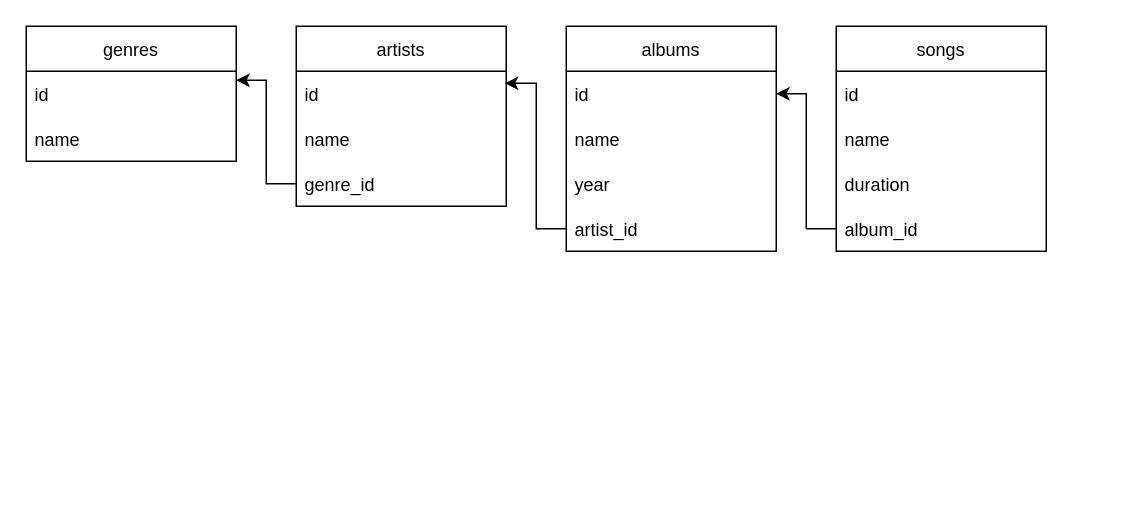
Before: Диаграмма без названия.drawio in walltrone/self-edu, a draw.io diagram. Source tidied: cells renumbered, new cells numbered last; positions are measured from the earlier drawing's top-left corner, leaving out a move shared by most shapes. Both pictures are drawn from the tidied source at 150%, with x=0, y=0 at pixel (26, 26).
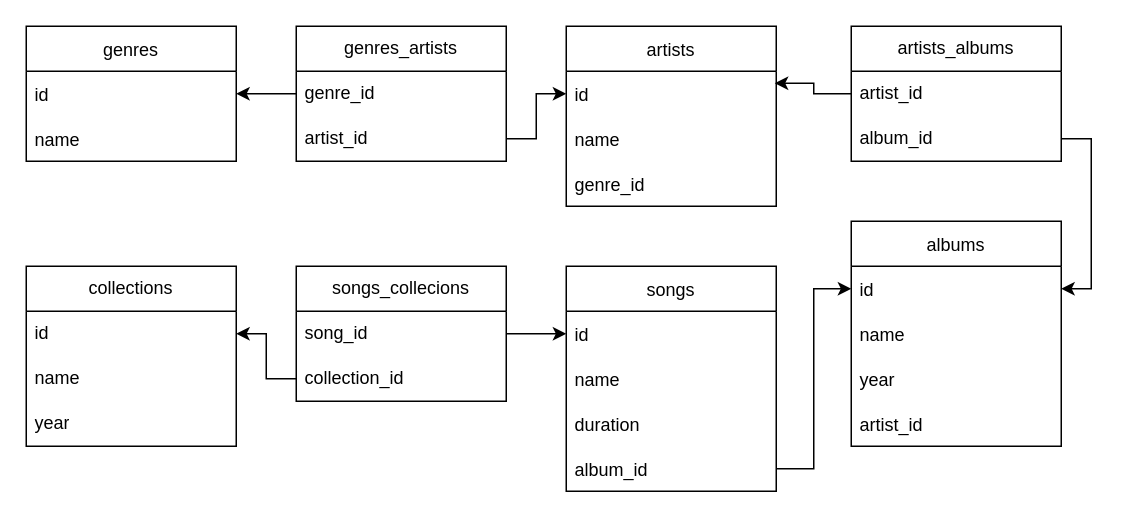
The same diagram, later.

The change refers to these unchanged cells:
```xml
<mxCell id="3" value="id" style="text;strokeColor=none;fillColor=none;align=left;verticalAlign=middle;spacingLeft=4;spacingRight=4;overflow=hidden;points=[[0,0.5],[1,0.5]];portConstraint=eastwest;" parent="2" vertex="1">
  <mxGeometry y="30" width="140" height="30" as="geometry" />
</mxCell>
<mxCell id="6" value="id" style="text;strokeColor=none;fillColor=none;align=left;verticalAlign=middle;spacingLeft=4;spacingRight=4;overflow=hidden;points=[[0,0.5],[1,0.5]];portConstraint=eastwest;" parent="5" vertex="1">
  <mxGeometry y="30" width="140" height="30" as="geometry" />
</mxCell>
<mxCell id="8" value="genre_id" style="text;strokeColor=none;fillColor=none;align=left;verticalAlign=middle;spacingLeft=4;spacingRight=4;overflow=hidden;points=[[0,0.5],[1,0.5]];portConstraint=eastwest;" parent="5" vertex="1">
  <mxGeometry y="90" width="140" height="30" as="geometry" />
</mxCell>
<mxCell id="10" value="id" style="text;strokeColor=none;fillColor=none;align=left;verticalAlign=middle;spacingLeft=4;spacingRight=4;overflow=hidden;points=[[0,0.5],[1,0.5]];portConstraint=eastwest;" parent="9" vertex="1">
  <mxGeometry y="30" width="140" height="30" as="geometry" />
</mxCell>
<mxCell id="13" value="artist_id" style="text;strokeColor=none;fillColor=none;align=left;verticalAlign=middle;spacingLeft=4;spacingRight=4;overflow=hidden;points=[[0,0.5],[1,0.5]];portConstraint=eastwest;" parent="9" vertex="1">
  <mxGeometry y="120" width="140" height="30" as="geometry" />
</mxCell>
<mxCell id="15" value="id" style="text;strokeColor=none;fillColor=none;align=left;verticalAlign=middle;spacingLeft=4;spacingRight=4;overflow=hidden;points=[[0,0.5],[1,0.5]];portConstraint=eastwest;" parent="14" vertex="1">
  <mxGeometry y="30" width="140" height="30" as="geometry" />
</mxCell>
<mxCell id="18" value="album_id" style="text;strokeColor=none;fillColor=none;align=left;verticalAlign=middle;spacingLeft=4;spacingRight=4;overflow=hidden;points=[[0,0.5],[1,0.5]];portConstraint=eastwest;" parent="14" vertex="1">
  <mxGeometry y="120" width="140" height="30" as="geometry" />
</mxCell>
```

The edit, as a diff of the source:
```diff
@@
     <mxCell id="5" value="artists" style="swimlane;fontStyle=0;horizontal=1;startSize=30;" parent="1" vertex="1">
-      <mxGeometry x="180" width="140" height="120" as="geometry" />
+      <mxGeometry x="360" width="140" height="120" as="geometry" />
     </mxCell>
@@
     <mxCell id="9" value="albums" style="swimlane;fontStyle=0;horizontal=1;startSize=30;" parent="1" vertex="1">
-      <mxGeometry x="360" width="140" height="150" as="geometry" />
+      <mxGeometry x="550" y="130" width="140" height="150" as="geometry" />
     </mxCell>
@@
     <mxCell id="14" value="songs" style="swimlane;fontStyle=0;horizontal=1;startSize=30;" parent="1" vertex="1">
-      <mxGeometry x="540" width="140" height="150" as="geometry" />
+      <mxGeometry x="360" y="160" width="140" height="150" as="geometry" />
     </mxCell>
@@
-    <mxCell id="19" style="edgeStyle=orthogonalEdgeStyle;rounded=0;jettySize=auto;html=1;exitX=0;exitY=0.5;exitDx=0;exitDy=0;entryX=1;entryY=0.5;entryDx=0;entryDy=0;" parent="1" edge="1" source="18" target="10">
+    <mxCell id="19" style="edgeStyle=orthogonalEdgeStyle;rounded=0;jettySize=auto;html=1;exitX=1;exitY=0.5;exitDx=0;exitDy=0;entryX=0;entryY=0.5;entryDx=0;entryDy=0;" parent="1" edge="1" source="18" target="10">
       <mxGeometry relative="1" as="geometry" />
     </mxCell>
-    <mxCell id="20" style="edgeStyle=orthogonalEdgeStyle;rounded=0;jettySize=auto;html=1;exitX=0;exitY=0.5;exitDx=0;exitDy=0;entryX=1;entryY=0.2;entryDx=0;entryDy=0;entryPerimeter=0;" parent="1" edge="1" source="8" target="3">
+    <mxCell id="20" style="edgeStyle=orthogonalEdgeStyle;rounded=0;jettySize=auto;html=1;exitX=0;exitY=0.5;exitDx=0;exitDy=0;" parent="1" edge="1" source="23" target="3">
       <mxGeometry relative="1" as="geometry" />
     </mxCell>
-    <mxCell id="21" style="edgeStyle=orthogonalEdgeStyle;rounded=0;jettySize=auto;html=1;exitX=0;exitY=0.5;exitDx=0;exitDy=0;entryX=0.993;entryY=0.267;entryDx=0;entryDy=0;entryPerimeter=0;" parent="1" edge="1" source="13" target="6">
+    <mxCell id="21" style="edgeStyle=orthogonalEdgeStyle;rounded=0;jettySize=auto;html=1;entryX=0.993;entryY=0.267;entryDx=0;entryDy=0;entryPerimeter=0;exitX=0;exitY=0.5;exitDx=0;exitDy=0;" parent="1" edge="1" source="27" target="6">
       <mxGeometry relative="1" as="geometry" />
     </mxCell>
+    <mxCell id="22" value="genres_artists" style="swimlane;fontStyle=0;horizontal=1;startSize=30;whiteSpace=wrap;html=1;" parent="1" vertex="1">
+      <mxGeometry x="180" width="140" height="90" as="geometry" />
+    </mxCell>
+    <mxCell id="23" value="genre_id" style="text;strokeColor=none;fillColor=none;align=left;verticalAlign=middle;spacingLeft=4;spacingRight=4;overflow=hidden;points=[[0,0.5],[1,0.5]];portConstraint=eastwest;whiteSpace=wrap;html=1;" parent="22" vertex="1">
+      <mxGeometry y="30" width="140" height="30" as="geometry" />
+    </mxCell>
+    <mxCell id="24" value="artist_id" style="text;strokeColor=none;fillColor=none;align=left;verticalAlign=middle;spacingLeft=4;spacingRight=4;overflow=hidden;points=[[0,0.5],[1,0.5]];portConstraint=eastwest;whiteSpace=wrap;html=1;" parent="22" vertex="1">
+      <mxGeometry y="60" width="140" height="30" as="geometry" />
+    </mxCell>
+    <mxCell id="25" style="edgeStyle=orthogonalEdgeStyle;rounded=0;jettySize=auto;html=1;exitX=1;exitY=0.5;exitDx=0;exitDy=0;entryX=0;entryY=0.5;entryDx=0;entryDy=0;" parent="1" edge="1" source="24" target="6">
+      <mxGeometry relative="1" as="geometry" />
+    </mxCell>
+    <mxCell id="26" value="artists_albums" style="swimlane;fontStyle=0;horizontal=1;startSize=30;whiteSpace=wrap;html=1;" parent="1" vertex="1">
+      <mxGeometry x="550" width="140" height="90" as="geometry" />
+    </mxCell>
+    <mxCell id="27" value="artist_id" style="text;strokeColor=none;fillColor=none;align=left;verticalAlign=middle;spacingLeft=4;spacingRight=4;overflow=hidden;points=[[0,0.5],[1,0.5]];portConstraint=eastwest;whiteSpace=wrap;html=1;" parent="26" vertex="1">
+      <mxGeometry y="30" width="140" height="30" as="geometry" />
+    </mxCell>
+    <mxCell id="28" value="album_id" style="text;strokeColor=none;fillColor=none;align=left;verticalAlign=middle;spacingLeft=4;spacingRight=4;overflow=hidden;points=[[0,0.5],[1,0.5]];portConstraint=eastwest;whiteSpace=wrap;html=1;" parent="26" vertex="1">
+      <mxGeometry y="60" width="140" height="30" as="geometry" />
+    </mxCell>
+    <mxCell id="29" style="edgeStyle=orthogonalEdgeStyle;rounded=0;jettySize=auto;html=1;exitX=1;exitY=0.5;exitDx=0;exitDy=0;entryX=1;entryY=0.5;entryDx=0;entryDy=0;" parent="1" edge="1" source="28" target="10">
+      <mxGeometry relative="1" as="geometry" />
+    </mxCell>
+    <mxCell id="30" value="collections" style="swimlane;fontStyle=0;horizontal=1;startSize=30;whiteSpace=wrap;html=1;" parent="1" vertex="1">
+      <mxGeometry y="160" width="140" height="120" as="geometry" />
+    </mxCell>
+    <mxCell id="31" value="id" style="text;strokeColor=none;fillColor=none;align=left;verticalAlign=middle;spacingLeft=4;spacingRight=4;overflow=hidden;points=[[0,0.5],[1,0.5]];portConstraint=eastwest;whiteSpace=wrap;html=1;" parent="30" vertex="1">
+      <mxGeometry y="30" width="140" height="30" as="geometry" />
+    </mxCell>
+    <mxCell id="32" value="name" style="text;strokeColor=none;fillColor=none;align=left;verticalAlign=middle;spacingLeft=4;spacingRight=4;overflow=hidden;whiteSpace=wrap;html=1;" parent="30" vertex="1">
+      <mxGeometry y="60" width="140" height="30" as="geometry" />
+    </mxCell>
+    <mxCell id="33" value="year" style="text;strokeColor=none;fillColor=none;align=left;verticalAlign=middle;spacingLeft=4;spacingRight=4;overflow=hidden;whiteSpace=wrap;html=1;" parent="30" vertex="1">
+      <mxGeometry y="90" width="140" height="30" as="geometry" />
+    </mxCell>
+    <mxCell id="34" value="songs_collecions" style="swimlane;fontStyle=0;horizontal=1;startSize=30;whiteSpace=wrap;html=1;" parent="1" vertex="1">
+      <mxGeometry x="180" y="160" width="140" height="90" as="geometry" />
+    </mxCell>
+    <mxCell id="35" value="song_id" style="text;strokeColor=none;fillColor=none;align=left;verticalAlign=middle;spacingLeft=4;spacingRight=4;overflow=hidden;points=[[0,0.5],[1,0.5]];portConstraint=eastwest;whiteSpace=wrap;html=1;" parent="34" vertex="1">
+      <mxGeometry y="30" width="140" height="30" as="geometry" />
+    </mxCell>
+    <mxCell id="36" value="collection_id" style="text;strokeColor=none;fillColor=none;align=left;verticalAlign=middle;spacingLeft=4;spacingRight=4;overflow=hidden;points=[[0,0.5],[1,0.5]];portConstraint=eastwest;whiteSpace=wrap;html=1;" parent="34" vertex="1">
+      <mxGeometry y="60" width="140" height="30" as="geometry" />
+    </mxCell>
+    <mxCell id="37" style="edgeStyle=orthogonalEdgeStyle;rounded=0;jettySize=auto;html=1;exitX=0;exitY=0.5;exitDx=0;exitDy=0;entryX=1;entryY=0.5;entryDx=0;entryDy=0;" parent="1" edge="1" source="36" target="31">
+      <mxGeometry relative="1" as="geometry" />
+    </mxCell>
+    <mxCell id="38" style="edgeStyle=orthogonalEdgeStyle;rounded=0;jettySize=auto;html=1;exitX=1;exitY=0.5;exitDx=0;exitDy=0;entryX=0;entryY=0.5;entryDx=0;entryDy=0;" parent="1" edge="1" source="35" target="15">
+      <mxGeometry relative="1" as="geometry" />
+    </mxCell>
```
